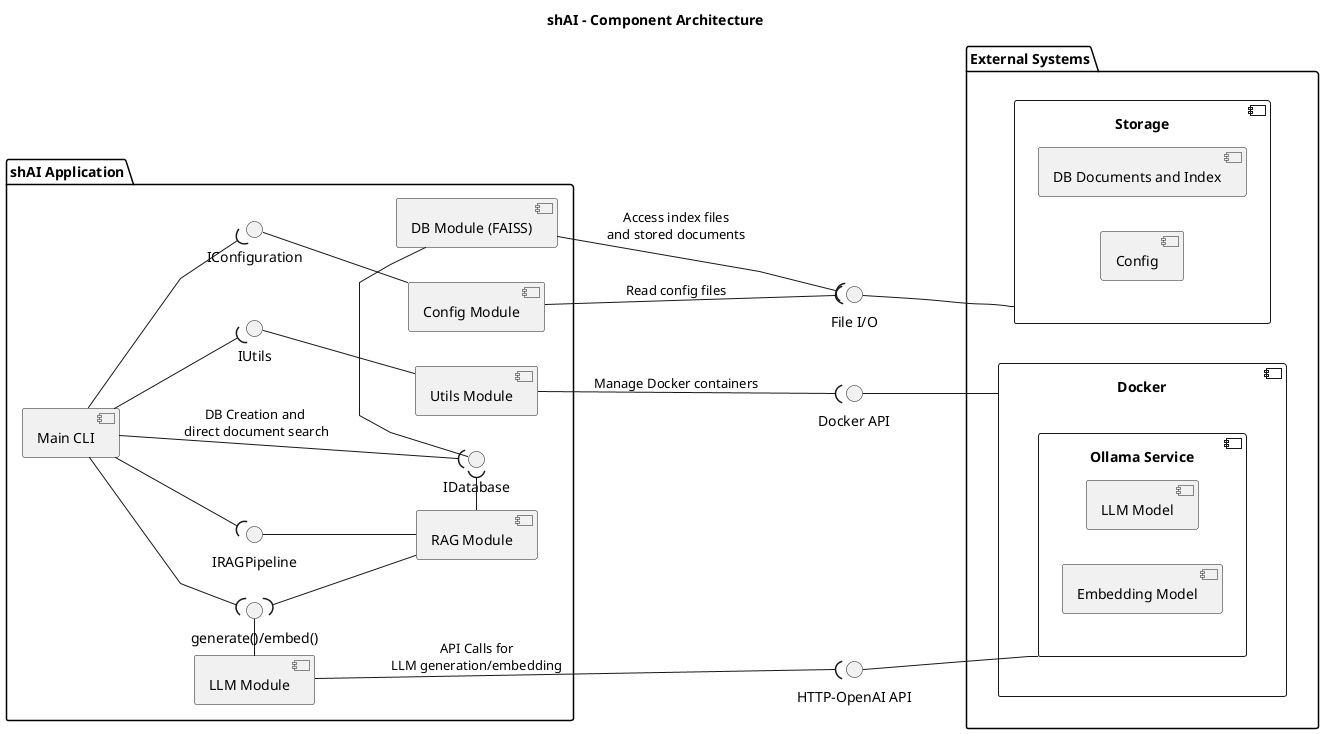
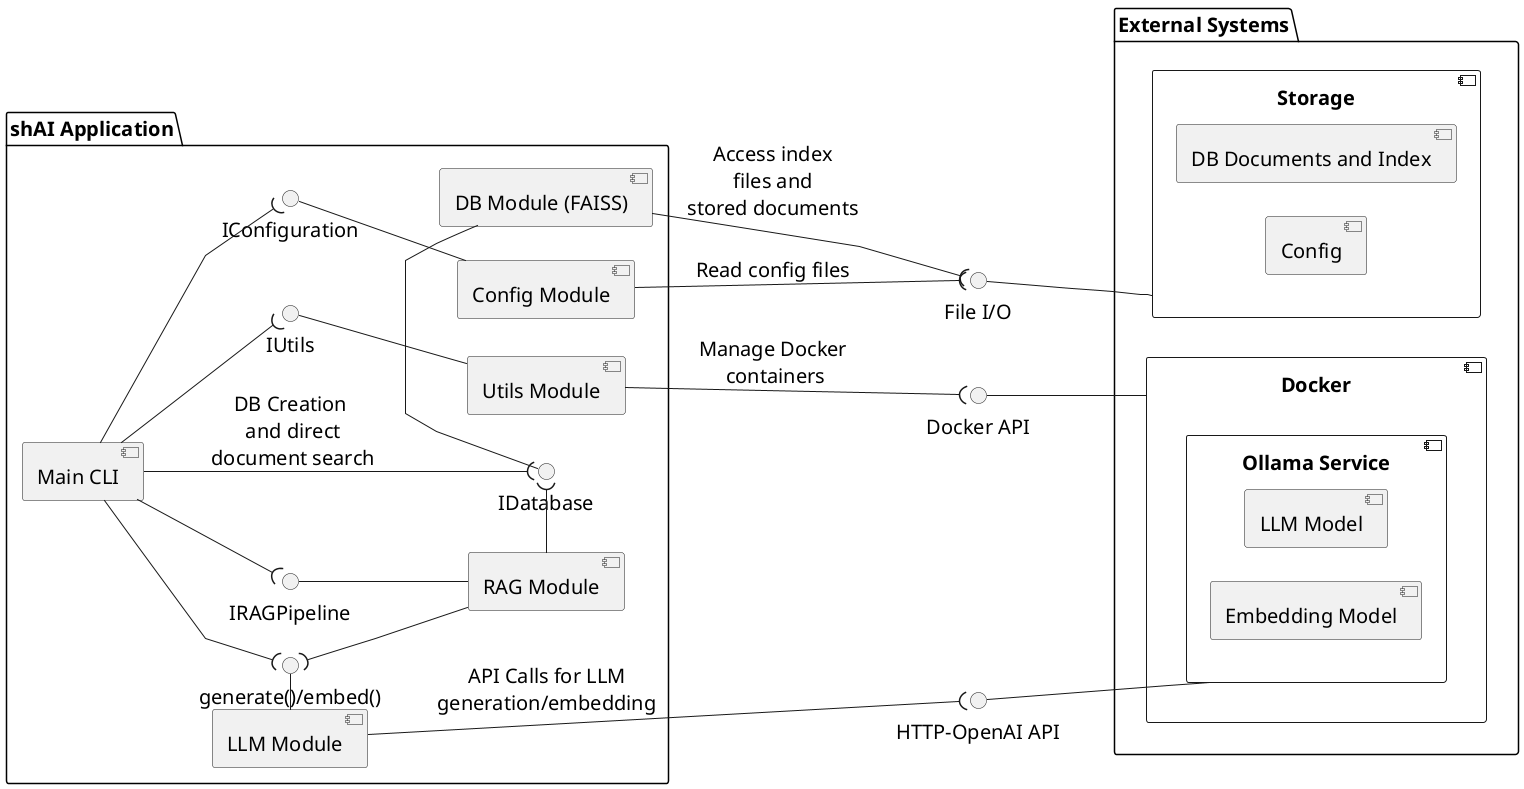
@startuml shAI_Component_Architecture
/'!pragma layout smetana'/
skinparam linetype polyline
left to right direction
- title shAI - Component Architecture
+ /'title shAI - Component Architecture'/
+ 
+ skinparam DefaultFontSize 20
+ skinparam Padding -6
+ skinparam Margin -6
+ skinparam packagePadding -6
+ skinparam boxPadding -6

' Define interfaces based on actual module exports

' Application Components
package "shAI Application" {
interface "generate()/embed()" as IGeneration
interface "IDatabase" as IDatabase
interface "IRAGPipeline" as IRAG
interface "IConfiguration" as IConfig
interface "IUtils" as IUtils
  component [Main CLI] as CLI
  component [LLM Module] as LLM
  component [DB Module (FAISS)] as DB
  component [RAG Module] as RAG
  component [Config Module] as Config
  component [Utils Module] as Utils

  LLM -l- IGeneration
  DB -l- IDatabase
  RAG -u- IRAG
  Config -u- IConfig
  Utils -u- IUtils
}

' External Systems
interface "HTTP-OpenAI API" as IHTTPAPI
interface "Docker API" as IDockerAPI
interface "File I/O" as IFileIO
package "External Systems" {
  component "Docker" {
  component "Ollama Service" as Ollama {
      component "LLM Model"
      component "Embedding Model"
    }
  }

  component "Storage" as Storage {
    component [DB Documents and Index]
    component [Config] as AppConfig
  }

  Storage -u- IFileIO
  Ollama -u- IHTTPAPI
  Docker -u- IDockerAPI
}

/'' CLI interactions'/
CLI -d-( IGeneration
- CLI -d-( IDatabase : DB Creation and\n direct document search
+ CLI -d-( IDatabase : DB Creation\n and direct\n document search
CLI -d-( IRAG
CLI -d-( IConfig
CLI -d-( IUtils

/'' RAG interactions'/
RAG -l-( IGeneration
RAG -r-( IDatabase

/'' DB interactions'/
- DB --( IFileIO: Access index files\nand stored documents
+ DB --( IFileIO: Access index\nfiles and\nstored documents

/'' LLM interactions'/
- LLM --( IHTTPAPI: API Calls for\nLLM generation/embedding
+ LLM --( IHTTPAPI: API Calls for LLM\ngeneration/embedding

/'' Utils interactions'/
Config --( IFileIO: Read config files
- Utils --( IDockerAPI: Manage Docker containers
+ Utils --( IDockerAPI: Manage Docker\n containers

@enduml
